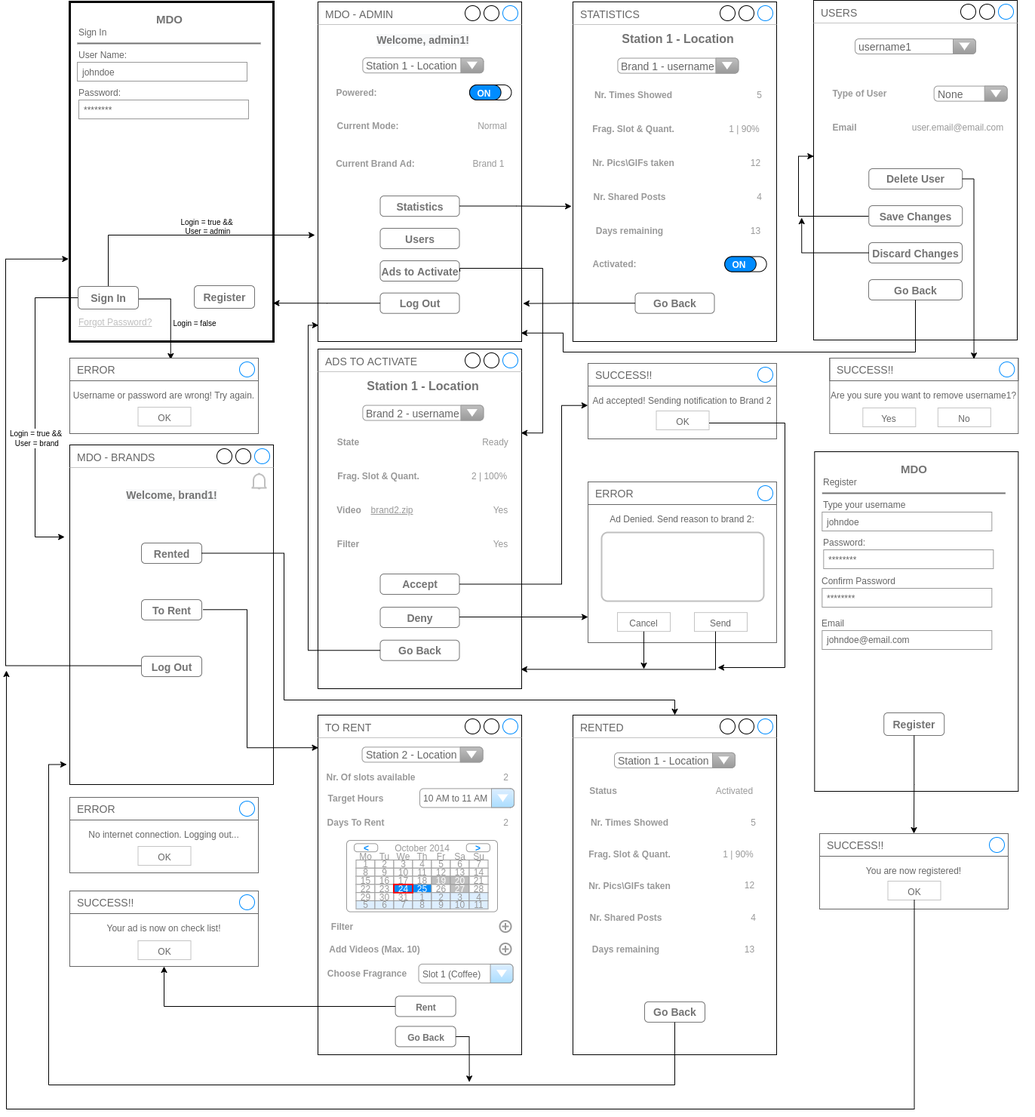
Before: Proj/report/img/user-mockups-rc.png, a diagram exported from draw.io (ElectroQuanta/MDO). Source tidied: cells renumbered, new cells last; positions are measured from the earlier drawing's top-left corner, leaving out a move shared by most shapes.
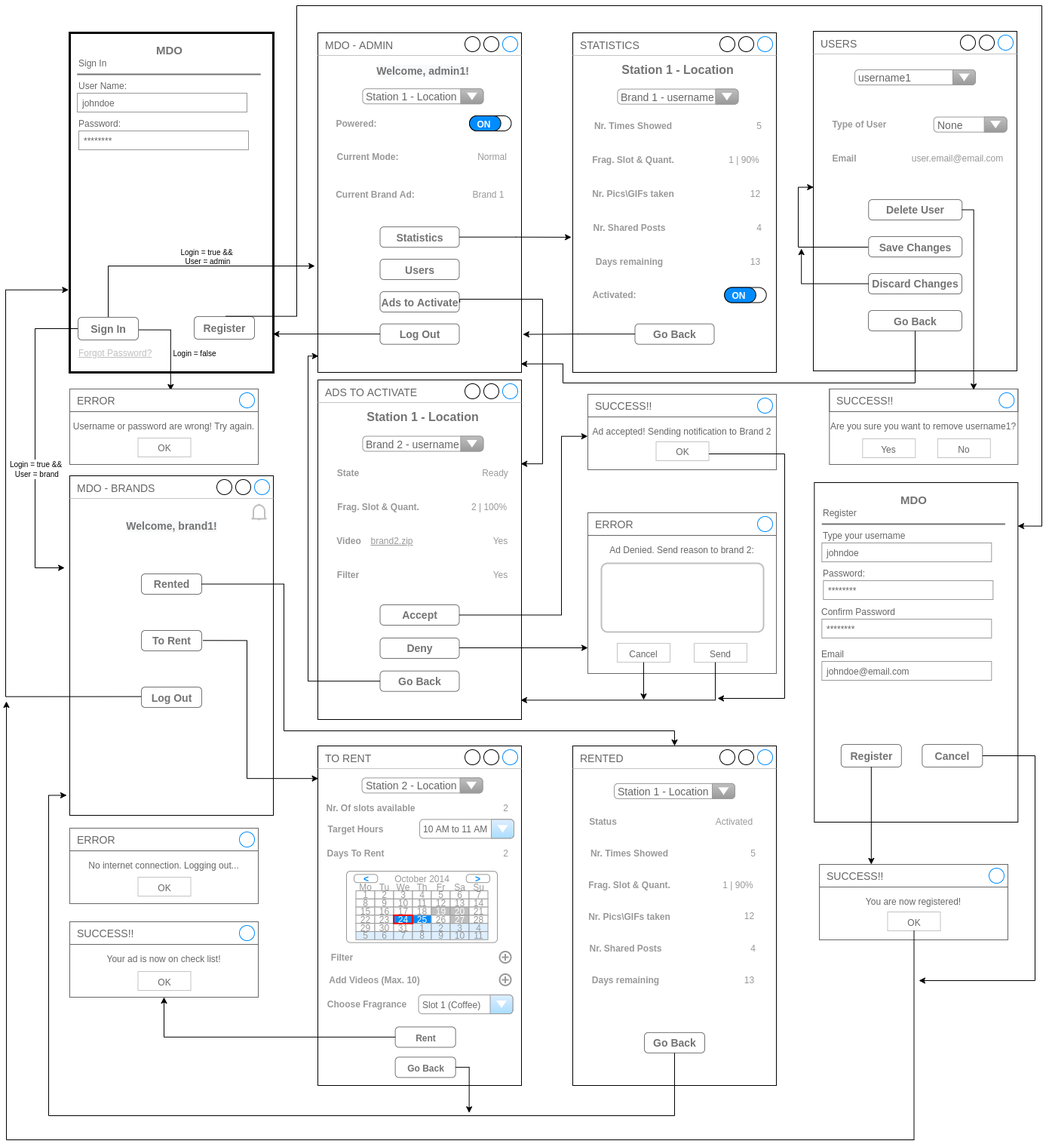
After the change.

Change to the diagram source:
```diff
@@ -825,7 +825,7 @@
       <mxGeometry x="106.9" y="13.2" width="50" height="20" as="geometry" />
     </mxCell>
     <mxCell id="229" value="&lt;font style=&quot;font-size: 14px&quot;&gt;Register&lt;/font&gt;" style="strokeWidth=1;shadow=0;dashed=0;align=center;html=1;shape=mxgraph.mockup.forms.rrect;rSize=5;strokeColor=#737373;fontColor=#737373;fillColor=#FFFFFF;fontSize=16;fontStyle=1;" parent="221" vertex="1">
-      <mxGeometry x="91.9" y="346" width="80" height="30" as="geometry" />
+      <mxGeometry x="35.5" y="347" width="80" height="30" as="geometry" />
     </mxCell>
     <mxCell id="230" value="Confirm Password" style="strokeWidth=1;shadow=0;dashed=0;align=center;html=1;shape=mxgraph.mockup.forms.anchor;fontSize=12;fontColor=#666666;align=left;spacingLeft=0;" parent="221" vertex="1">
       <mxGeometry x="8" y="161" width="135" height="20" as="geometry" />
@@ -839,6 +839,9 @@
     <mxCell id="233" value="johndoe@email.com" style="strokeWidth=1;shadow=0;dashed=0;align=center;html=1;shape=mxgraph.mockup.forms.rrect;rSize=0;strokeColor=#999999;fontColor=#666666;align=left;spacingLeft=5;" parent="221" vertex="1">
       <mxGeometry x="10" y="237" width="225" height="25" as="geometry" />
     </mxCell>
+    <mxCell id="240" value="&lt;font style=&quot;font-size: 14px&quot;&gt;Cancel&lt;/font&gt;" style="strokeWidth=1;shadow=0;dashed=0;align=center;html=1;shape=mxgraph.mockup.forms.rrect;rSize=5;strokeColor=#737373;fontColor=#737373;fillColor=#FFFFFF;fontSize=16;fontStyle=1;" parent="221" vertex="1">
+      <mxGeometry x="143" y="347" width="80" height="30" as="geometry" />
+    </mxCell>
     <mxCell id="234" value="&lt;span style=&quot;font-size: 12px&quot;&gt;You are now registered!&lt;/span&gt;" style="strokeWidth=1;shadow=0;dashed=0;align=center;html=1;shape=mxgraph.mockup.containers.rrect;rSize=0;strokeColor=#666666;fontColor=#666666;fontSize=17;verticalAlign=top;whiteSpace=wrap;fillColor=#ffffff;spacingTop=32;" parent="1" vertex="1">
       <mxGeometry x="1079" y="1104" width="250" height="100" as="geometry" />
     </mxCell>
@@ -865,7 +868,31 @@
       </mxGeometry>
     </mxCell>
     <mxCell id="239" style="edgeStyle=orthogonalEdgeStyle;rounded=0;jettySize=auto;html=1;" parent="1" edge="1" source="229" target="235">
-      <mxGeometry relative="1" as="geometry" />
+      <mxGeometry relative="1" as="geometry">
+        <Array as="points">
+          <mxPoint x="1148" y="1067" />
+          <mxPoint x="1148" y="1067" />
+        </Array>
+      </mxGeometry>
     </mxCell>
+    <mxCell id="241" style="edgeStyle=orthogonalEdgeStyle;rounded=0;jettySize=auto;html=1;" parent="1" edge="1" source="240">
+      <mxGeometry relative="1" as="geometry">
+        <mxPoint x="1211" y="1258" as="targetPoint" />
+        <Array as="points">
+          <mxPoint x="1365" y="960" />
+          <mxPoint x="1365" y="1258" />
+        </Array>
+      </mxGeometry>
+    </mxCell>
+    <mxCell id="242" style="edgeStyle=orthogonalEdgeStyle;rounded=0;jettySize=auto;html=1;exitX=0.525;exitY=-0.013;exitDx=0;exitDy=0;exitPerimeter=0;entryX=0.999;entryY=0.128;entryDx=0;entryDy=0;entryPerimeter=0;" parent="1" edge="1" source="18" target="221">
+      <mxGeometry relative="1" as="geometry">
+        <Array as="points">
+          <mxPoint x="386" y="378" />
+          <mxPoint x="386" y="-34" />
+          <mxPoint x="1374" y="-34" />
+          <mxPoint x="1374" y="656" />
+        </Array>
+      </mxGeometry>
+    </mxCell>
   </root>
 </mxGraphModel>
```
